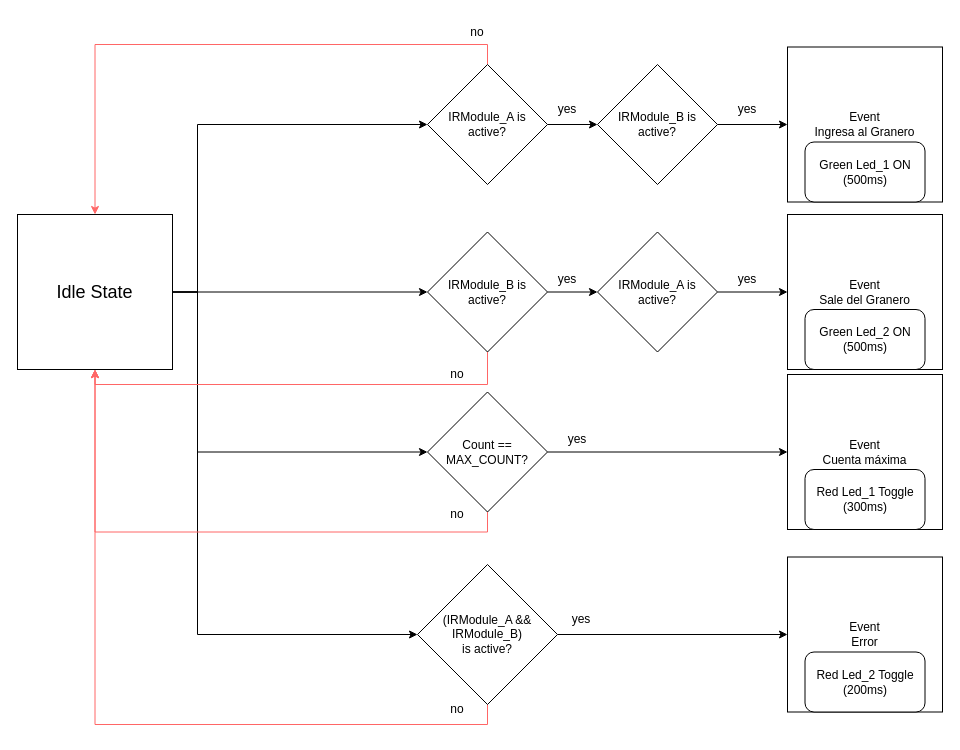
Above: page "Página-2" (2 of 2) of template.drawio in jmoro1/voltmeter (draw.io), before the change. Source tidied: cells renumbered, new cells numbered last; positions are measured from the earlier drawing's top-left corner, leaving out a move shared by most shapes. Both pictures are drawn from the tidied source at 100%, with x=0, y=0 at pixel (17, 16).
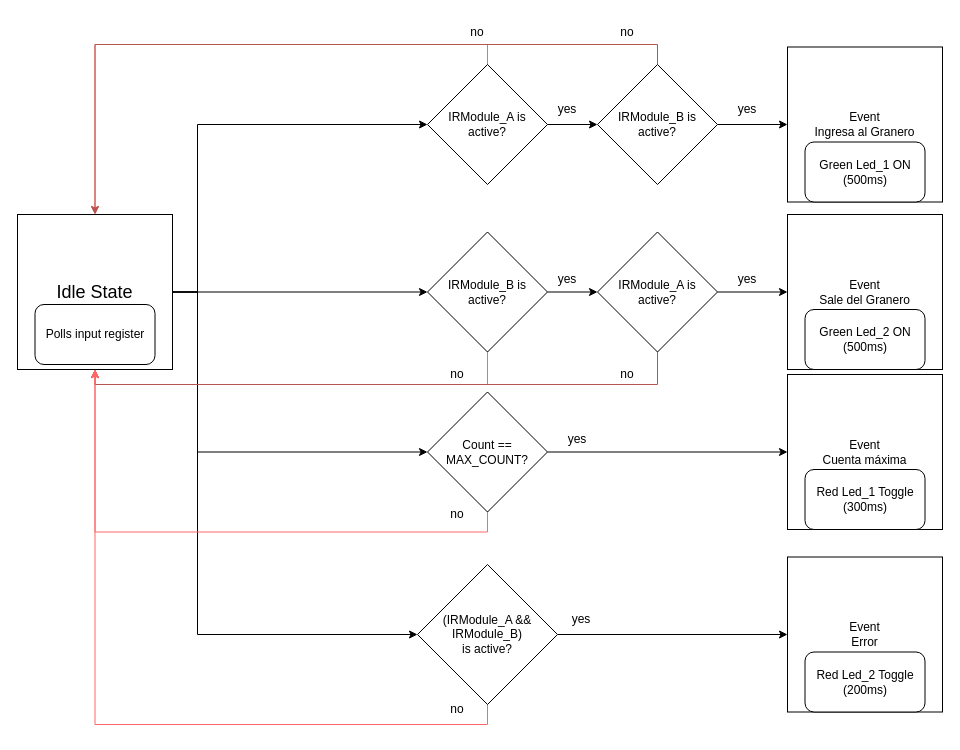
The same diagram, later.

The change refers to these unchanged cells:
```xml
<mxCell id="6" value="&lt;font style=&quot;font-size: 18px;&quot;&gt;Idle State&lt;/font&gt;" style="whiteSpace=wrap;html=1;" parent="1" vertex="1">
  <mxGeometry y="198" width="155" height="155" as="geometry" />
</mxCell>
<mxCell id="18" value="IRModule_B is active?" style="rhombus;whiteSpace=wrap;html=1;" parent="1" vertex="1">
  <mxGeometry x="580" y="48" width="120" height="120" as="geometry" />
</mxCell>
<mxCell id="20" value="IRModule_A is active?" style="rhombus;whiteSpace=wrap;html=1;" parent="1" vertex="1">
  <mxGeometry x="580" y="215.5" width="120" height="120" as="geometry" />
</mxCell>
```

What changed in the source:
```diff
@@
+    <mxCell id="41" style="edgeStyle=orthogonalEdgeStyle;rounded=0;jettySize=auto;html=1;exitX=0.5;exitY=0;exitDx=0;exitDy=0;entryX=0.5;entryY=0;entryDx=0;entryDy=0;fillColor=#f8cecc;strokeColor=#b85450;" parent="1" edge="1" source="18" target="6">
+      <mxGeometry relative="1" as="geometry" />
+    </mxCell>
@@
+    <mxCell id="42" style="edgeStyle=orthogonalEdgeStyle;rounded=0;jettySize=auto;html=1;exitX=0.5;exitY=1;exitDx=0;exitDy=0;entryX=0.5;entryY=1;entryDx=0;entryDy=0;fillColor=#f8cecc;strokeColor=#b85450;" parent="1" edge="1" source="20" target="6">
+      <mxGeometry relative="1" as="geometry">
+        <Array as="points">
+          <mxPoint x="640" y="368" />
+          <mxPoint x="78" y="368" />
+        </Array>
+      </mxGeometry>
+    </mxCell>
@@
+    <mxCell id="43" value="no" style="text;html=1;align=center;verticalAlign=middle;whiteSpace=wrap;rounded=0;" parent="1" vertex="1">
+      <mxGeometry x="580" y="343" width="60" height="30" as="geometry" />
+    </mxCell>
+    <mxCell id="44" value="no" style="text;html=1;align=center;verticalAlign=middle;whiteSpace=wrap;rounded=0;" parent="1" vertex="1">
+      <mxGeometry x="580" y="0.5" width="60" height="30" as="geometry" />
+    </mxCell>
+    <mxCell id="45" value="Polls input register" style="rounded=1;whiteSpace=wrap;html=1;" parent="1" vertex="1">
+      <mxGeometry x="17.5" y="288" width="120" height="60" as="geometry" />
+    </mxCell>
```
